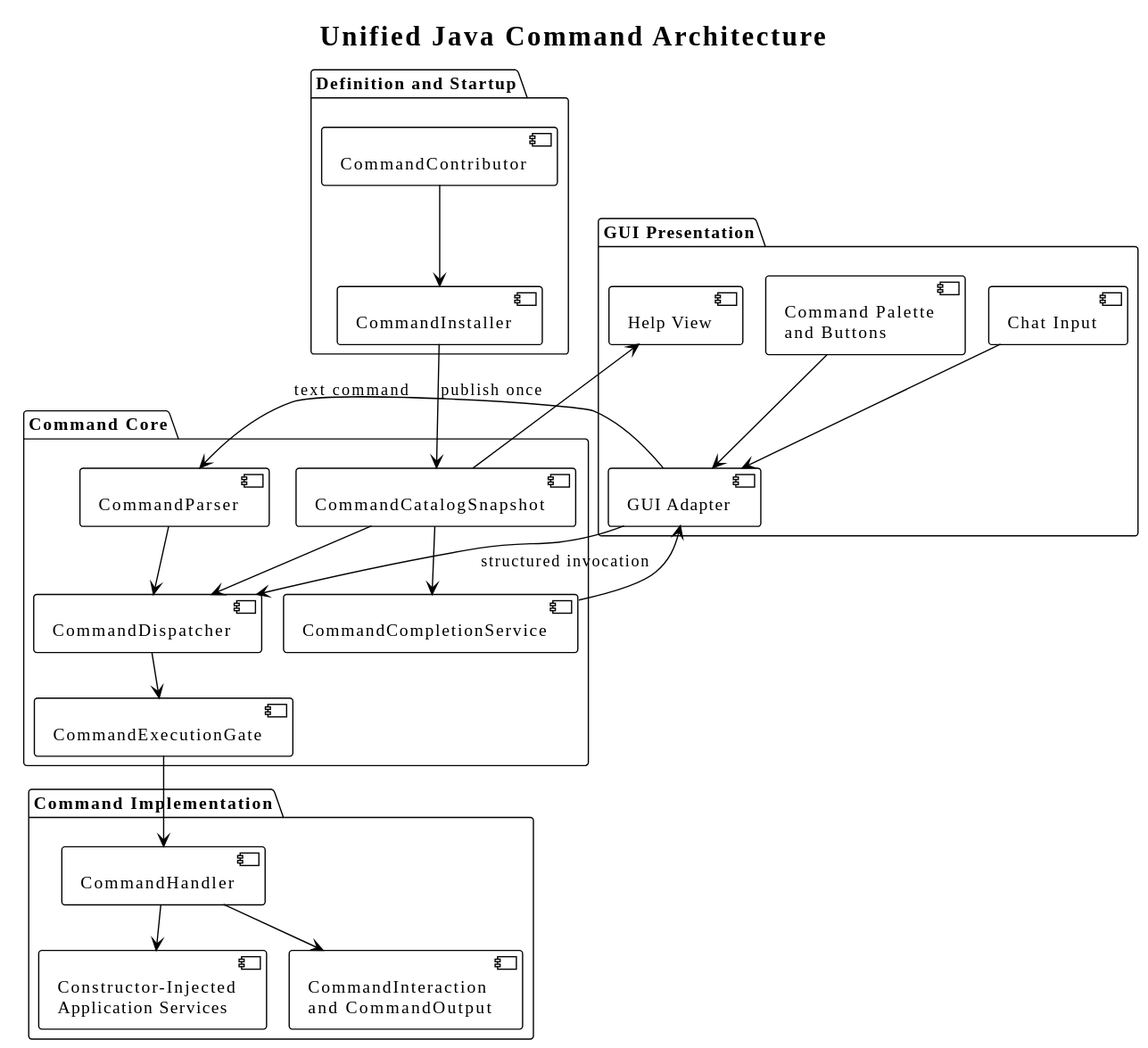
Before: diagrams/command/03-target-architecture.svg, a diagram exported from PlantUML (superheromeZzh/pi-mono-java-design). Its diagram source:
```plantuml
@startuml
!theme plain
!pragma layout smetana
skinparam defaultFontName "SansSerif"
skinparam shadowing false
skinparam backgroundColor transparent
title Unified Java Command Architecture

top to bottom direction
package "Definition and Startup" {
  component CommandContributor as Contributor
  component CommandInstaller as Installer
  Contributor --> Installer
}

package "Command Core" {
  component CommandCatalogSnapshot as Snapshot
  component CommandParser as Parser
  component CommandDispatcher as Dispatcher
  component CommandExecutionGate as Gate
  component CommandCompletionService as Completion
  Parser --> Dispatcher
  Snapshot --> Dispatcher
  Dispatcher --> Gate
  Snapshot --> Completion
}

package "Command Implementation" {
  component CommandHandler as Handler
  component "Constructor-Injected\nApplication Services" as Services
  component "CommandInteraction\nand CommandOutput" as Ports
  Handler --> Services
  Handler --> Ports
  Gate --> Handler
}

package "GUI Presentation" {
  component "GUI Adapter" as GUI
  component "Chat Input" as ChatInput
  component "Command Palette\nand Buttons" as Actions
  component "Help View" as Help
  Completion --> GUI
  ChatInput --> GUI
  Actions --> GUI
  GUI --> Parser : text command
  GUI --> Dispatcher : structured invocation
  Snapshot --> Help
}

Installer --> Snapshot : publish once
@enduml
```
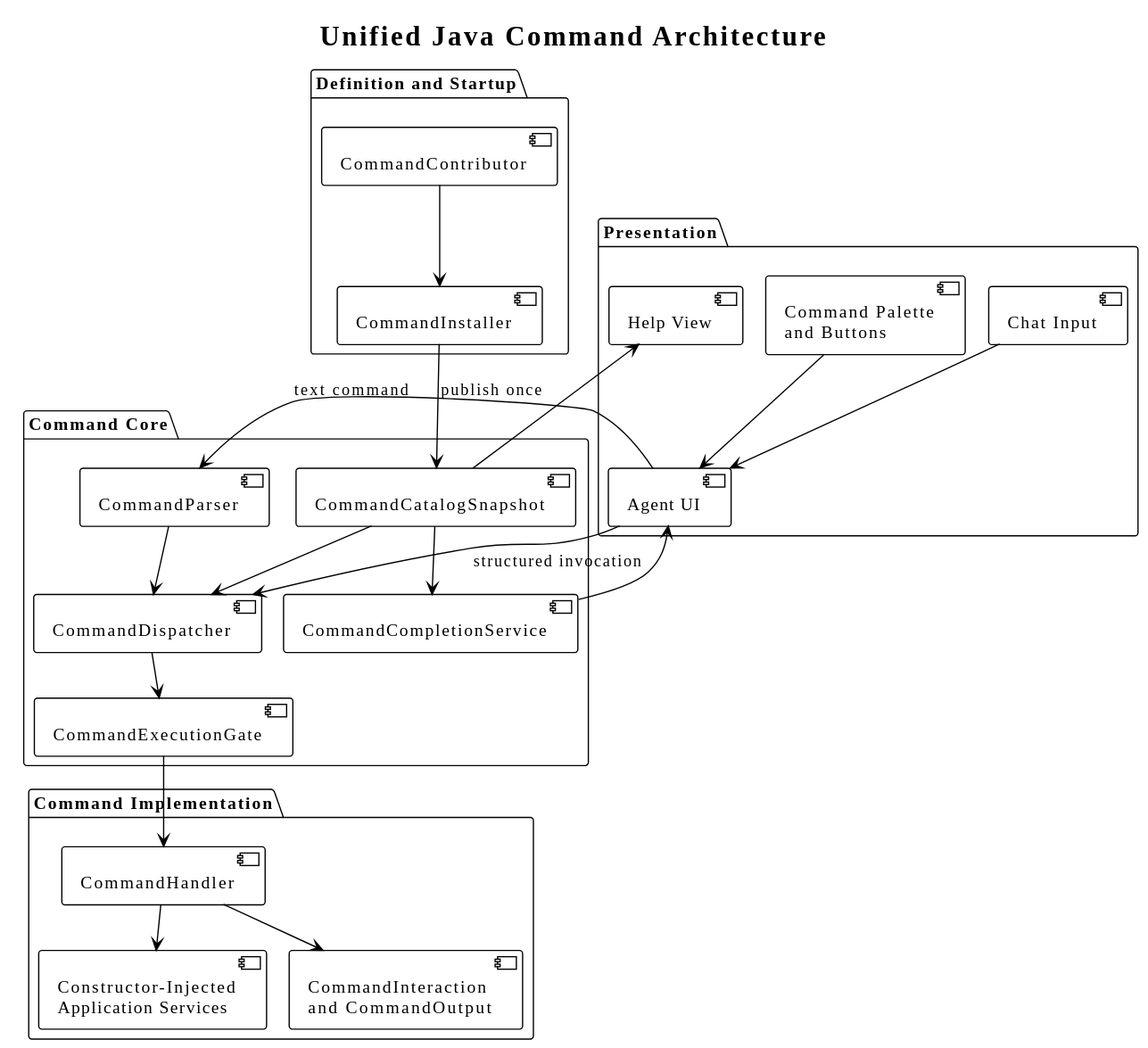
Above is the later version.

Commit message:
docs(agent): rename GUI adapter to Agent UI

Change to the diagram source:
```diff
@@ -34,8 +34,8 @@
   Gate --> Handler
 }
 
-package "GUI Presentation" {
-  component "GUI Adapter" as GUI
+package "Presentation" {
+  component "Agent UI" as GUI
   component "Chat Input" as ChatInput
   component "Command Palette\nand Buttons" as Actions
   component "Help View" as Help
```
